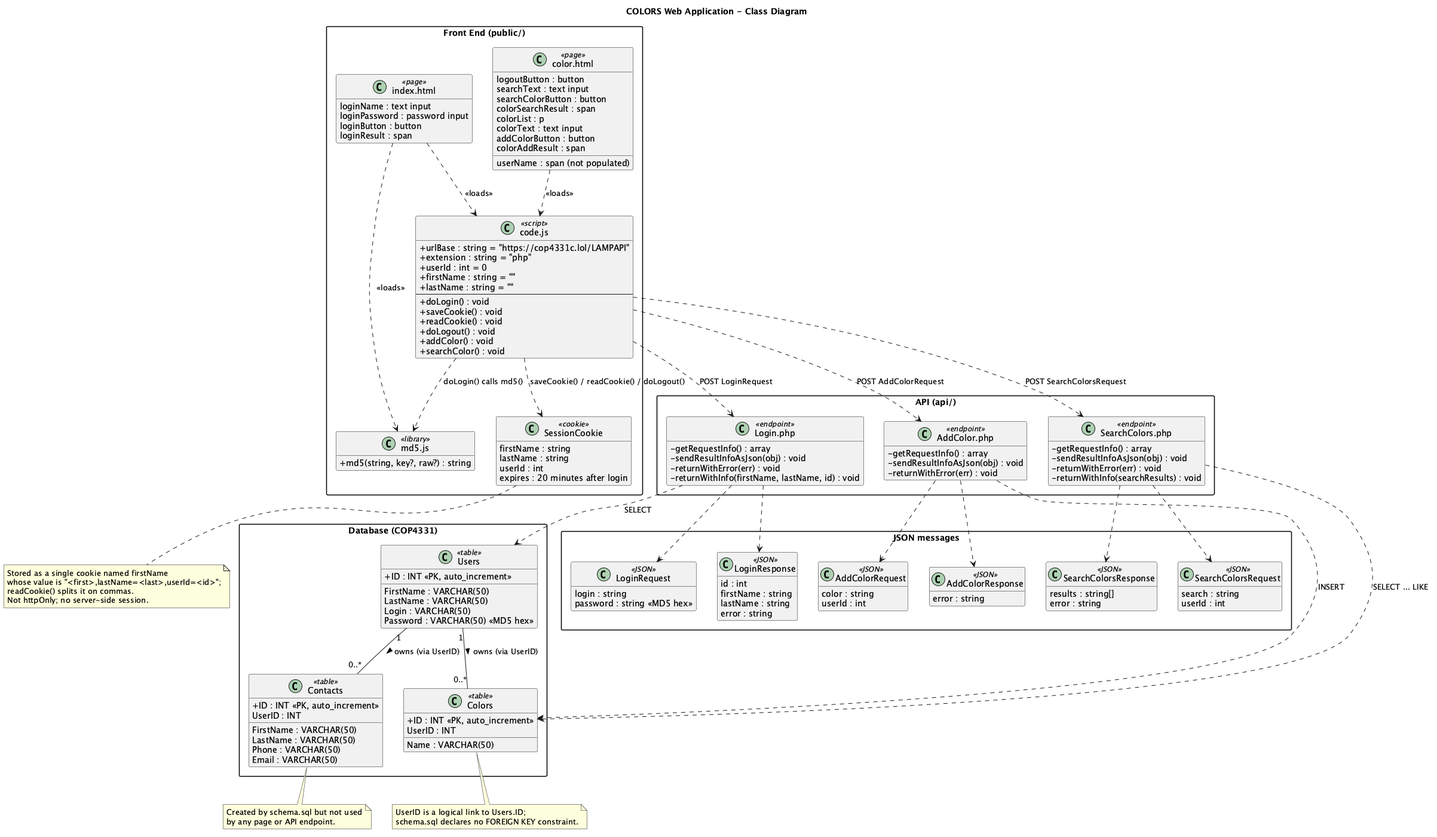
Earlier version of the PlantUML export docs/uml/class.png (Alex-Kemper/colors). Source of this version:
```plantuml
@startuml class
title COLORS Web Application - Class Diagram

skinparam shadowing false
skinparam classAttributeIconSize 0
skinparam packageStyle rectangle
hide empty members

package "Front End (public/)" {
  class "index.html" as IndexPage <<page>> {
    loginName : text input
    loginPassword : password input
    loginButton : button
    loginResult : span
  }

  class "color.html" as ColorPage <<page>> {
    userName : span (not populated)
    logoutButton : button
    searchText : text input
    searchColorButton : button
    colorSearchResult : span
    colorList : p
    colorText : text input
    addColorButton : button
    colorAddResult : span
  }

  class "code.js" as CodeJs <<script>> {
    +urlBase : string = "https://cop4331c.lol/LAMPAPI"
    +extension : string = "php"
    +userId : int = 0
    +firstName : string = ""
    +lastName : string = ""
    --
    +doLogin() : void
    +saveCookie() : void
    +readCookie() : void
    +doLogout() : void
    +addColor() : void
    +searchColor() : void
  }

  class "md5.js" as Md5Js <<library>> {
    +md5(string, key?, raw?) : string
  }

  class SessionCookie <<cookie>> {
    firstName : string
    lastName : string
    userId : int
    expires : 20 minutes after login
  }
}

package "API (api/)" {
  class "Login.php" as LoginApi <<endpoint>> {
    -getRequestInfo() : array
    -sendResultInfoAsJson(obj) : void
    -returnWithError(err) : void
    -returnWithInfo(firstName, lastName, id) : void
  }

  class "AddColor.php" as AddColorApi <<endpoint>> {
    -getRequestInfo() : array
    -sendResultInfoAsJson(obj) : void
    -returnWithError(err) : void
  }

  class "SearchColors.php" as SearchColorsApi <<endpoint>> {
    -getRequestInfo() : array
    -sendResultInfoAsJson(obj) : void
    -returnWithError(err) : void
    -returnWithInfo(searchResults) : void
  }
}

package "Database (COP4331)" {
  class Users <<table>> {
    +ID : INT <<PK, auto_increment>>
    FirstName : VARCHAR(50)
    LastName : VARCHAR(50)
    Login : VARCHAR(50)
    Password : VARCHAR(50) <<MD5 hex>>
  }

  class Colors <<table>> {
    +ID : INT <<PK, auto_increment>>
    Name : VARCHAR(50)
    UserID : INT
  }

  class Contacts <<table>> {
    +ID : INT <<PK, auto_increment>>
    FirstName : VARCHAR(50)
    LastName : VARCHAR(50)
    Phone : VARCHAR(50)
    Email : VARCHAR(50)
    UserID : INT
  }
}

package "JSON messages" {
  class LoginRequest <<JSON>> {
    login : string
    password : string <<MD5 hex>>
  }
  class LoginResponse <<JSON>> {
    id : int
    firstName : string
    lastName : string
    error : string
  }
  class AddColorRequest <<JSON>> {
    color : string
    userId : int
  }
  class AddColorResponse <<JSON>> {
    error : string
  }
  class SearchColorsRequest <<JSON>> {
    search : string
    userId : int
  }
  class SearchColorsResponse <<JSON>> {
    results : string[]
    error : string
  }
}

IndexPage ..> Md5Js : <<loads>>
IndexPage ..> CodeJs : <<loads>>
ColorPage ..> CodeJs : <<loads>>
CodeJs ..> Md5Js : doLogin() calls md5()
CodeJs ..> SessionCookie : saveCookie() / readCookie() / doLogout()

CodeJs ..> LoginApi : POST LoginRequest
CodeJs ..> AddColorApi : POST AddColorRequest
CodeJs ..> SearchColorsApi : POST SearchColorsRequest

LoginApi ..> LoginRequest
LoginApi ..> LoginResponse
AddColorApi ..> AddColorRequest
AddColorApi ..> AddColorResponse
SearchColorsApi ..> SearchColorsRequest
SearchColorsApi ..> SearchColorsResponse

LoginApi ..> Users : SELECT
AddColorApi ..> Colors : INSERT
SearchColorsApi ..> Colors : SELECT ... LIKE

Users "1" -- "0..*" Colors : owns (via UserID) >
Users "1" -- "0..*" Contacts : owns (via UserID) >

note bottom of Colors
  UserID is a logical link to Users.ID;
  schema.sql declares no FOREIGN KEY constraint.
end note

note bottom of Contacts
  Created by schema.sql but not used
  by any page or API endpoint.
end note

note bottom of SessionCookie
  Stored as a single cookie named firstName
  whose value is "<first>,lastName=<last>,userId=<id>";
  readCookie() splits it on commas.
  Not httpOnly; no server-side session.
end note

@enduml
```
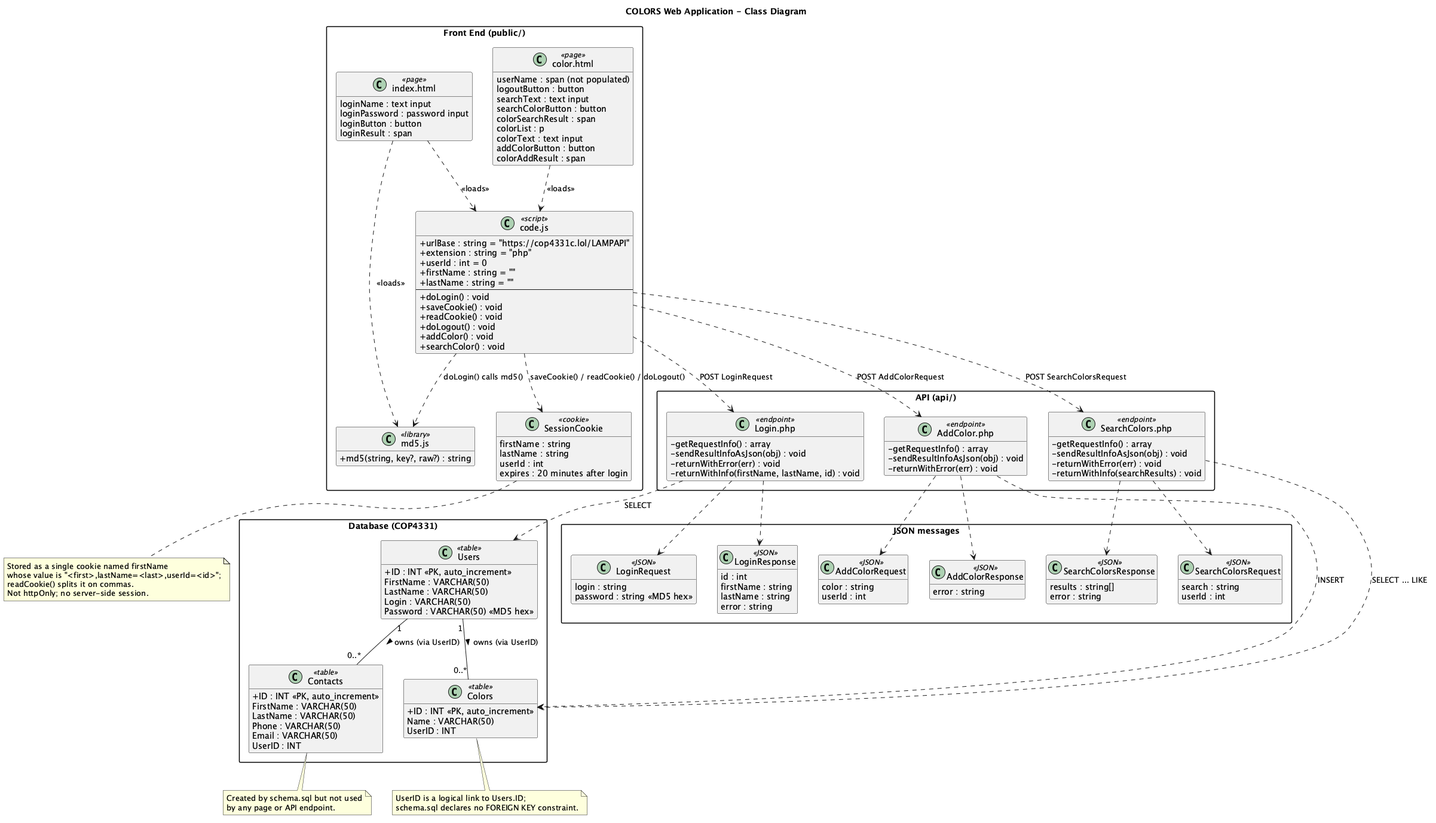
The same file after the commit.

Commit message:
Fix class diagram attribute compartments

The edit, as a diff of the source:
```diff
@@ -15,7 +15,7 @@
   }
 
   class "color.html" as ColorPage <<page>> {
-    userName : span (not populated)
+    {field} userName : span (not populated)
     logoutButton : button
     searchText : text input
     searchColorButton : button
@@ -78,24 +78,24 @@
 package "Database (COP4331)" {
   class Users <<table>> {
     +ID : INT <<PK, auto_increment>>
-    FirstName : VARCHAR(50)
-    LastName : VARCHAR(50)
-    Login : VARCHAR(50)
-    Password : VARCHAR(50) <<MD5 hex>>
+    {field} FirstName : VARCHAR(50)
+    {field} LastName : VARCHAR(50)
+    {field} Login : VARCHAR(50)
+    {field} Password : VARCHAR(50) <<MD5 hex>>
   }
 
   class Colors <<table>> {
     +ID : INT <<PK, auto_increment>>
-    Name : VARCHAR(50)
+    {field} Name : VARCHAR(50)
     UserID : INT
   }
 
   class Contacts <<table>> {
     +ID : INT <<PK, auto_increment>>
-    FirstName : VARCHAR(50)
-    LastName : VARCHAR(50)
-    Phone : VARCHAR(50)
-    Email : VARCHAR(50)
+    {field} FirstName : VARCHAR(50)
+    {field} LastName : VARCHAR(50)
+    {field} Phone : VARCHAR(50)
+    {field} Email : VARCHAR(50)
     UserID : INT
   }
 }
```
